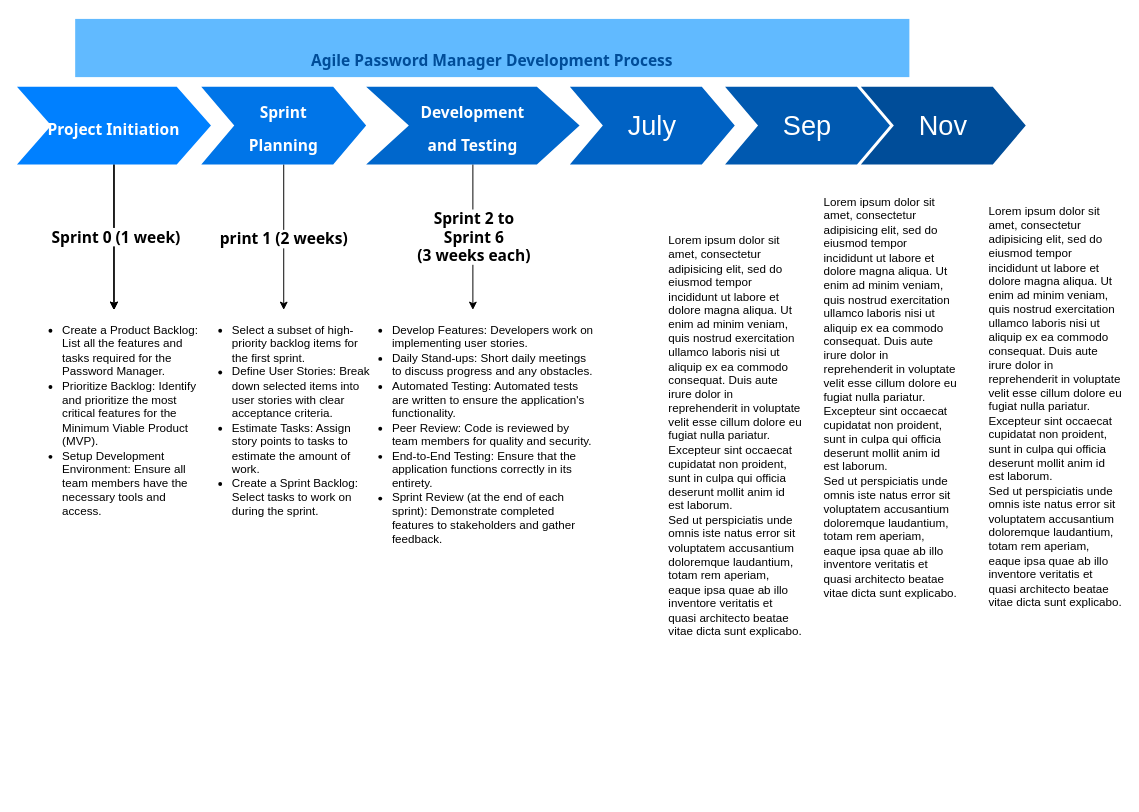
Earlier version of the draw.io diagram Untitled Diagram.drawio (kiethoang1411/PasswordManager). Source tidied: cells renumbered, new cells numbered last; positions are measured from the earlier drawing's top-left corner, leaving out a move shared by most shapes. Both pictures are drawn from the tidied source at 97%, with x=0, y=0 at pixel (16, 18).
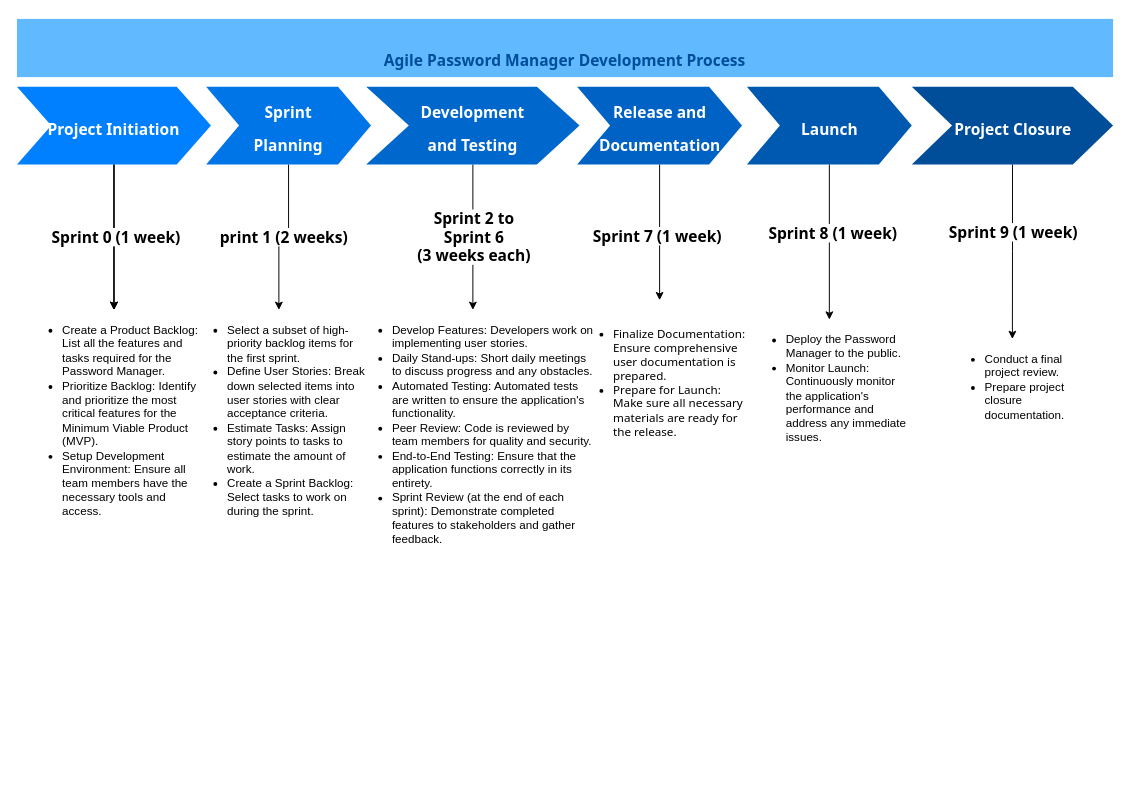
The same page after the edit.

The edit, as a diff of the source:
```diff
@@
     <mxCell id="9" value="&lt;strong style=&quot;caret-color: rgb(0, 0, 0); font-size: 16px; text-align: start; border: 0px solid rgb(217, 217, 227); box-sizing: border-box; font-family: Söhne, ui-sans-serif, system-ui, -apple-system, &amp;quot;Segoe UI&amp;quot;, Roboto, Ubuntu, Cantarell, &amp;quot;Noto Sans&amp;quot;, sans-serif, &amp;quot;Helvetica Neue&amp;quot;, Arial, &amp;quot;Apple Color Emoji&amp;quot;, &amp;quot;Segoe UI Emoji&amp;quot;, &amp;quot;Segoe UI Symbol&amp;quot;, &amp;quot;Noto Color Emoji&amp;quot;;&quot;&gt;Sprint &lt;br&gt;Planning&lt;/strong&gt;" style="shape=step;whiteSpace=wrap;html=1;fontSize=28;fillColor=#0075E8;fontColor=#FFFFFF;strokeColor=none;" parent="1" vertex="1">
-      <mxGeometry x="190" y="70" width="170" height="80" as="geometry" />
+      <mxGeometry x="195" y="70" width="170" height="80" as="geometry" />
     </mxCell>
@@
+    <mxCell id="23" style="edgeStyle=orthogonalEdgeStyle;rounded=0;jettySize=auto;html=1;" parent="1" edge="1" source="13" target="20">
+      <mxGeometry relative="1" as="geometry" />
+    </mxCell>
+    <mxCell id="24" value="&lt;strong style=&quot;font-size: 16px; border: 0px solid rgb(217, 217, 227); box-sizing: border-box; margin-top: 1.25em; font-family: Söhne, ui-sans-serif, system-ui, -apple-system, &amp;quot;Segoe UI&amp;quot;, Roboto, Ubuntu, Cantarell, &amp;quot;Noto Sans&amp;quot;, sans-serif, &amp;quot;Helvetica Neue&amp;quot;, Arial, &amp;quot;Apple Color Emoji&amp;quot;, &amp;quot;Segoe UI Emoji&amp;quot;, &amp;quot;Segoe UI Symbol&amp;quot;, &amp;quot;Noto Color Emoji&amp;quot;; text-align: left;&quot;&gt;Sprint 7 (1 week)&lt;/strong&gt;" style="edgeLabel;html=1;align=center;verticalAlign=middle;" parent="23" vertex="1">
+      <mxGeometry x="0.04" y="-3" relative="1" as="geometry" />
+    </mxCell>
-    <mxCell id="13" value="July" style="shape=step;whiteSpace=wrap;html=1;fontSize=28;fillColor=#0062C4;fontColor=#FFFFFF;strokeColor=none;" parent="1" vertex="1">
-      <mxGeometry x="570" y="70" width="170" height="80" as="geometry" />
+    <mxCell id="13" value="&lt;strong style=&quot;caret-color: rgb(0, 0, 0); font-size: 16px; text-align: start; border: 0px solid rgb(217, 217, 227); box-sizing: border-box; font-family: Söhne, ui-sans-serif, system-ui, -apple-system, &amp;quot;Segoe UI&amp;quot;, Roboto, Ubuntu, Cantarell, &amp;quot;Noto Sans&amp;quot;, sans-serif, &amp;quot;Helvetica Neue&amp;quot;, Arial, &amp;quot;Apple Color Emoji&amp;quot;, &amp;quot;Segoe UI Emoji&amp;quot;, &amp;quot;Segoe UI Symbol&amp;quot;, &amp;quot;Noto Color Emoji&amp;quot;;&quot;&gt;Release and Documentation&lt;/strong&gt;" style="shape=step;whiteSpace=wrap;html=1;fontSize=28;fillColor=#0062C4;fontColor=#FFFFFF;strokeColor=none;" parent="1" vertex="1">
+      <mxGeometry x="577.5" y="70" width="170" height="80" as="geometry" />
     </mxCell>
+    <mxCell id="25" style="edgeStyle=orthogonalEdgeStyle;rounded=0;jettySize=auto;html=1;" parent="1" edge="1" source="14" target="21">
+      <mxGeometry relative="1" as="geometry" />
+    </mxCell>
+    <mxCell id="26" value="&lt;strong style=&quot;font-size: 16px; border: 0px solid rgb(217, 217, 227); box-sizing: border-box; margin-top: 1.25em; font-family: Söhne, ui-sans-serif, system-ui, -apple-system, &amp;quot;Segoe UI&amp;quot;, Roboto, Ubuntu, Cantarell, &amp;quot;Noto Sans&amp;quot;, sans-serif, &amp;quot;Helvetica Neue&amp;quot;, Arial, &amp;quot;Apple Color Emoji&amp;quot;, &amp;quot;Segoe UI Emoji&amp;quot;, &amp;quot;Segoe UI Symbol&amp;quot;, &amp;quot;Noto Color Emoji&amp;quot;; text-align: left;&quot;&gt;Sprint 8 (1 week)&lt;/strong&gt;" style="edgeLabel;html=1;align=center;verticalAlign=middle;" parent="25" vertex="1">
+      <mxGeometry x="-0.05" y="3" relative="1" as="geometry">
+        <mxPoint y="-6" as="offset" />
+      </mxGeometry>
+    </mxCell>
-    <mxCell id="14" value="Sep" style="shape=step;whiteSpace=wrap;html=1;fontSize=28;fillColor=#0059B0;fontColor=#FFFFFF;strokeColor=none;" parent="1" vertex="1">
-      <mxGeometry x="730" y="70" width="170" height="80" as="geometry" />
+    <mxCell id="14" value="&lt;strong style=&quot;caret-color: rgb(0, 0, 0); font-size: 16px; text-align: start; border: 0px solid rgb(217, 217, 227); box-sizing: border-box; font-family: Söhne, ui-sans-serif, system-ui, -apple-system, &amp;quot;Segoe UI&amp;quot;, Roboto, Ubuntu, Cantarell, &amp;quot;Noto Sans&amp;quot;, sans-serif, &amp;quot;Helvetica Neue&amp;quot;, Arial, &amp;quot;Apple Color Emoji&amp;quot;, &amp;quot;Segoe UI Emoji&amp;quot;, &amp;quot;Segoe UI Symbol&amp;quot;, &amp;quot;Noto Color Emoji&amp;quot;;&quot;&gt;Launch&lt;/strong&gt;" style="shape=step;whiteSpace=wrap;html=1;fontSize=28;fillColor=#0059B0;fontColor=#FFFFFF;strokeColor=none;" parent="1" vertex="1">
+      <mxGeometry x="752.5" y="70" width="170" height="80" as="geometry" />
     </mxCell>
+    <mxCell id="27" style="edgeStyle=orthogonalEdgeStyle;rounded=0;jettySize=auto;html=1;" parent="1" edge="1" source="15" target="22">
+      <mxGeometry relative="1" as="geometry" />
+    </mxCell>
+    <mxCell id="28" value="&lt;strong style=&quot;font-size: 16px; border: 0px solid rgb(217, 217, 227); box-sizing: border-box; margin-top: 1.25em; font-family: Söhne, ui-sans-serif, system-ui, -apple-system, &amp;quot;Segoe UI&amp;quot;, Roboto, Ubuntu, Cantarell, &amp;quot;Noto Sans&amp;quot;, sans-serif, &amp;quot;Helvetica Neue&amp;quot;, Arial, &amp;quot;Apple Color Emoji&amp;quot;, &amp;quot;Segoe UI Emoji&amp;quot;, &amp;quot;Segoe UI Symbol&amp;quot;, &amp;quot;Noto Color Emoji&amp;quot;; text-align: left;&quot;&gt;Sprint 9 (1 week)&lt;/strong&gt;" style="edgeLabel;html=1;align=center;verticalAlign=middle;" parent="27" vertex="1">
+      <mxGeometry x="0.09" relative="1" as="geometry">
+        <mxPoint y="-28" as="offset" />
+      </mxGeometry>
+    </mxCell>
-    <mxCell id="15" value="Nov" style="shape=step;whiteSpace=wrap;html=1;fontSize=28;fillColor=#004D99;fontColor=#FFFFFF;strokeColor=none;" parent="1" vertex="1">
-      <mxGeometry x="870" y="70" width="170" height="80" as="geometry" />
+    <mxCell id="15" value="&lt;strong style=&quot;caret-color: rgb(0, 0, 0); font-size: 16px; text-align: start; border: 0px solid rgb(217, 217, 227); box-sizing: border-box; font-family: Söhne, ui-sans-serif, system-ui, -apple-system, &amp;quot;Segoe UI&amp;quot;, Roboto, Ubuntu, Cantarell, &amp;quot;Noto Sans&amp;quot;, sans-serif, &amp;quot;Helvetica Neue&amp;quot;, Arial, &amp;quot;Apple Color Emoji&amp;quot;, &amp;quot;Segoe UI Emoji&amp;quot;, &amp;quot;Segoe UI Symbol&amp;quot;, &amp;quot;Noto Color Emoji&amp;quot;;&quot;&gt;Project Closure&lt;/strong&gt;" style="shape=step;whiteSpace=wrap;html=1;fontSize=28;fillColor=#004D99;fontColor=#FFFFFF;strokeColor=none;" parent="1" vertex="1">
+      <mxGeometry x="922.5" y="70" width="207.5" height="80" as="geometry" />
     </mxCell>
     <mxCell id="16" value="&lt;strong style=&quot;caret-color: rgb(0, 0, 0); font-size: 16px; text-align: start; border: 0px solid rgb(217, 217, 227); box-sizing: border-box; font-family: Söhne, ui-sans-serif, system-ui, -apple-system, &amp;quot;Segoe UI&amp;quot;, Roboto, Ubuntu, Cantarell, &amp;quot;Noto Sans&amp;quot;, sans-serif, &amp;quot;Helvetica Neue&amp;quot;, Arial, &amp;quot;Apple Color Emoji&amp;quot;, &amp;quot;Segoe UI Emoji&amp;quot;, &amp;quot;Segoe UI Symbol&amp;quot;, &amp;quot;Noto Color Emoji&amp;quot;;&quot;&gt;Agile Password Manager Development Process&lt;/strong&gt;" style="text;html=1;strokeColor=none;fillColor=#61BAFF;align=center;verticalAlign=middle;whiteSpace=wrap;fontSize=54;fontStyle=1;fontColor=#004D99;" parent="1" vertex="1">
-      <mxGeometry x="60" width="860" height="60" as="geometry" />
+      <mxGeometry width="1130" height="60" as="geometry" />
     </mxCell>
@@
     <mxCell id="18" value="&lt;div&gt;&lt;ul&gt;&lt;li&gt;Select a subset of high-priority backlog items for the first sprint.&lt;br&gt;&lt;/li&gt;&lt;li&gt;Define User Stories: Break down selected items into user stories with clear acceptance criteria.&lt;br&gt;&lt;/li&gt;&lt;li&gt;Estimate Tasks: Assign story points to tasks to estimate the amount of work.&lt;br&gt;&lt;/li&gt;&lt;li&gt;Create a Sprint Backlog: Select tasks to work on during the sprint.&lt;br&gt;&lt;/li&gt;&lt;/ul&gt;&lt;/div&gt;" style="text;spacingTop=-5;fillColor=#ffffff;whiteSpace=wrap;html=1;align=left;fontSize=12;fontFamily=Helvetica;fillColor=none;strokeColor=none;" parent="1" vertex="1">
-      <mxGeometry x="180" y="300" width="190" height="410" as="geometry" />
+      <mxGeometry x="175" y="300" width="190" height="410" as="geometry" />
     </mxCell>
@@
-    <mxCell id="20" value="Lorem ipsum dolor sit amet, consectetur adipisicing elit, sed do eiusmod tempor incididunt ut labore et dolore magna aliqua. Ut enim ad minim veniam, quis nostrud exercitation ullamco laboris nisi ut aliquip ex ea commodo consequat. Duis aute irure dolor in reprehenderit in voluptate velit esse cillum dolore eu fugiat nulla pariatur. Excepteur sint occaecat cupidatat non proident, sunt in culpa qui officia deserunt mollit anim id est laborum.&lt;br&gt;Sed ut perspiciatis unde omnis iste natus error sit voluptatem accusantium doloremque laudantium, totam rem aperiam, eaque ipsa quae ab illo inventore veritatis et quasi architecto beatae vitae dicta sunt explicabo." style="text;spacingTop=-5;fillColor=#ffffff;whiteSpace=wrap;html=1;align=left;fontSize=12;fontFamily=Helvetica;fillColor=none;strokeColor=none;" parent="1" vertex="1">
-      <mxGeometry x="670" y="220" width="140" height="470" as="geometry" />
+    <mxCell id="20" value="&lt;div&gt;&lt;font style=&quot;font-size: 12px;&quot; face=&quot;Söhne, ui-sans-serif, system-ui, -apple-system, Segoe UI, Roboto, Ubuntu, Cantarell, Noto Sans, sans-serif, Helvetica Neue, Arial, Apple Color Emoji, Segoe UI Emoji, Segoe UI Symbol, Noto Color Emoji&quot;&gt;&lt;span style=&quot;caret-color: rgb(209, 213, 219);&quot;&gt;&lt;br&gt;&lt;/span&gt;&lt;/font&gt;&lt;/div&gt;&lt;ul&gt;&lt;li&gt;&lt;font style=&quot;font-size: 12px;&quot;&gt;&lt;span style=&quot;caret-color: rgb(209, 213, 219); font-family: Söhne, ui-sans-serif, system-ui, -apple-system, &amp;quot;Segoe UI&amp;quot;, Roboto, Ubuntu, Cantarell, &amp;quot;Noto Sans&amp;quot;, sans-serif, &amp;quot;Helvetica Neue&amp;quot;, Arial, &amp;quot;Apple Color Emoji&amp;quot;, &amp;quot;Segoe UI Emoji&amp;quot;, &amp;quot;Segoe UI Symbol&amp;quot;, &amp;quot;Noto Color Emoji&amp;quot;;&quot;&gt;Finalize Documentation: Ensure comprehensive user documentation is prepared.&lt;/span&gt;&lt;br&gt;&lt;/font&gt;&lt;/li&gt;&lt;li&gt;&lt;span style=&quot;caret-color: rgb(209, 213, 219); font-family: Söhne, ui-sans-serif, system-ui, -apple-system, &amp;quot;Segoe UI&amp;quot;, Roboto, Ubuntu, Cantarell, &amp;quot;Noto Sans&amp;quot;, sans-serif, &amp;quot;Helvetica Neue&amp;quot;, Arial, &amp;quot;Apple Color Emoji&amp;quot;, &amp;quot;Segoe UI Emoji&amp;quot;, &amp;quot;Segoe UI Symbol&amp;quot;, &amp;quot;Noto Color Emoji&amp;quot;;&quot;&gt;&lt;font style=&quot;font-size: 12px;&quot;&gt;Prepare for Launch: Make sure all necessary materials are ready for the release.&lt;/font&gt;&lt;/span&gt;&lt;br&gt;&lt;/li&gt;&lt;/ul&gt;" style="text;spacingTop=-5;fillColor=#ffffff;whiteSpace=wrap;html=1;align=left;fontSize=12;fontFamily=Helvetica;fillColor=none;strokeColor=none;" parent="1" vertex="1">
+      <mxGeometry x="572.5" y="290" width="180" height="470" as="geometry" />
     </mxCell>
-    <mxCell id="21" value="Lorem ipsum dolor sit amet, consectetur adipisicing elit, sed do eiusmod tempor incididunt ut labore et dolore magna aliqua. Ut enim ad minim veniam, quis nostrud exercitation ullamco laboris nisi ut aliquip ex ea commodo consequat. Duis aute irure dolor in reprehenderit in voluptate velit esse cillum dolore eu fugiat nulla pariatur. Excepteur sint occaecat cupidatat non proident, sunt in culpa qui officia deserunt mollit anim id est laborum.&lt;br&gt;Sed ut perspiciatis unde omnis iste natus error sit voluptatem accusantium doloremque laudantium, totam rem aperiam, eaque ipsa quae ab illo inventore veritatis et quasi architecto beatae vitae dicta sunt explicabo." style="text;spacingTop=-5;fillColor=#ffffff;whiteSpace=wrap;html=1;align=left;fontSize=12;fontFamily=Helvetica;fillColor=none;strokeColor=none;" parent="1" vertex="1">
-      <mxGeometry x="830" y="180" width="140" height="470" as="geometry" />
+    <mxCell id="21" value="&lt;div&gt;&lt;ul&gt;&lt;li&gt;Deploy the Password Manager to the public.&lt;br&gt;&lt;/li&gt;&lt;li&gt;Monitor Launch: Continuously monitor the application's performance and address any immediate issues.&lt;br&gt;&lt;/li&gt;&lt;/ul&gt;&lt;/div&gt;" style="text;spacingTop=-5;fillColor=#ffffff;whiteSpace=wrap;html=1;align=left;fontSize=12;fontFamily=Helvetica;fillColor=none;strokeColor=none;" parent="1" vertex="1">
+      <mxGeometry x="751.2" y="310" width="172.5" height="470" as="geometry" />
     </mxCell>
-    <mxCell id="22" value="Lorem ipsum dolor sit amet, consectetur adipisicing elit, sed do eiusmod tempor incididunt ut labore et dolore magna aliqua. Ut enim ad minim veniam, quis nostrud exercitation ullamco laboris nisi ut aliquip ex ea commodo consequat. Duis aute irure dolor in reprehenderit in voluptate velit esse cillum dolore eu fugiat nulla pariatur. Excepteur sint occaecat cupidatat non proident, sunt in culpa qui officia deserunt mollit anim id est laborum.&lt;br&gt;Sed ut perspiciatis unde omnis iste natus error sit voluptatem accusantium doloremque laudantium, totam rem aperiam, eaque ipsa quae ab illo inventore veritatis et quasi architecto beatae vitae dicta sunt explicabo." style="text;spacingTop=-5;fillColor=#ffffff;whiteSpace=wrap;html=1;align=left;fontSize=12;fontFamily=Helvetica;fillColor=none;strokeColor=none;" parent="1" vertex="1">
-      <mxGeometry x="1000" y="190" width="140" height="470" as="geometry" />
+    <mxCell id="22" value="&lt;div&gt;&lt;ul&gt;&lt;li&gt;Conduct a final project review.&lt;br&gt;&lt;/li&gt;&lt;li&gt;Prepare project closure documentation.&lt;br&gt;&lt;/li&gt;&lt;/ul&gt;&lt;/div&gt;&lt;div&gt;&lt;br&gt;&lt;/div&gt;" style="text;spacingTop=-5;fillColor=#ffffff;whiteSpace=wrap;html=1;align=left;fontSize=12;fontFamily=Helvetica;fillColor=none;strokeColor=none;" parent="1" vertex="1">
+      <mxGeometry x="956.2" y="330" width="140" height="470" as="geometry" />
     </mxCell>
```
